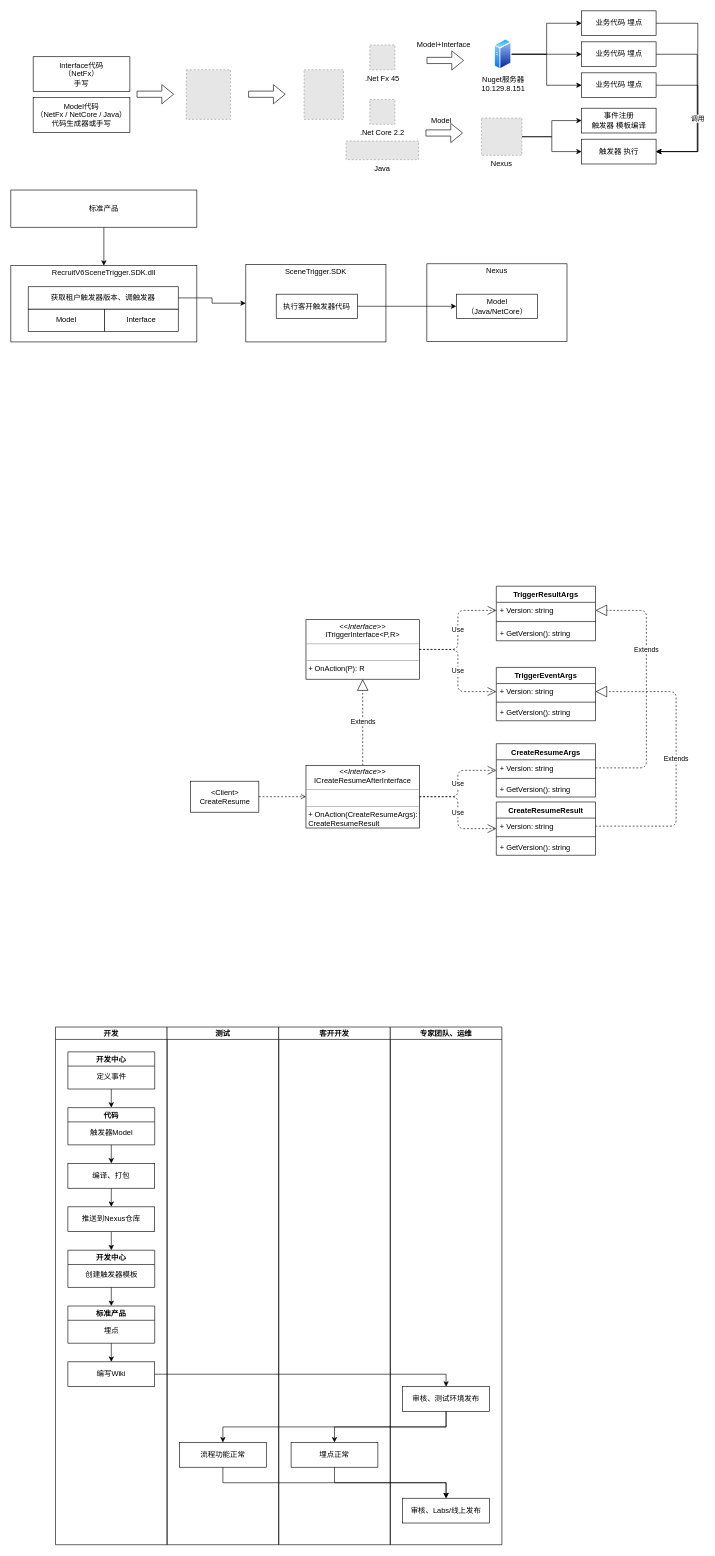
Lucas20029/MyDiagrams keeps this draw.io diagram as 场景触发器使用.drawio. Above is the earlier version. Source tidied: cells renumbered, new cells numbered last; positions are measured from the earlier drawing's top-left corner, leaving out a move shared by most shapes. Both pictures are drawn from the tidied source at 62%, with x=0, y=0 at pixel (11, 11). Pictures stored in the file or linked from it are replaced by grey dashed boxes.
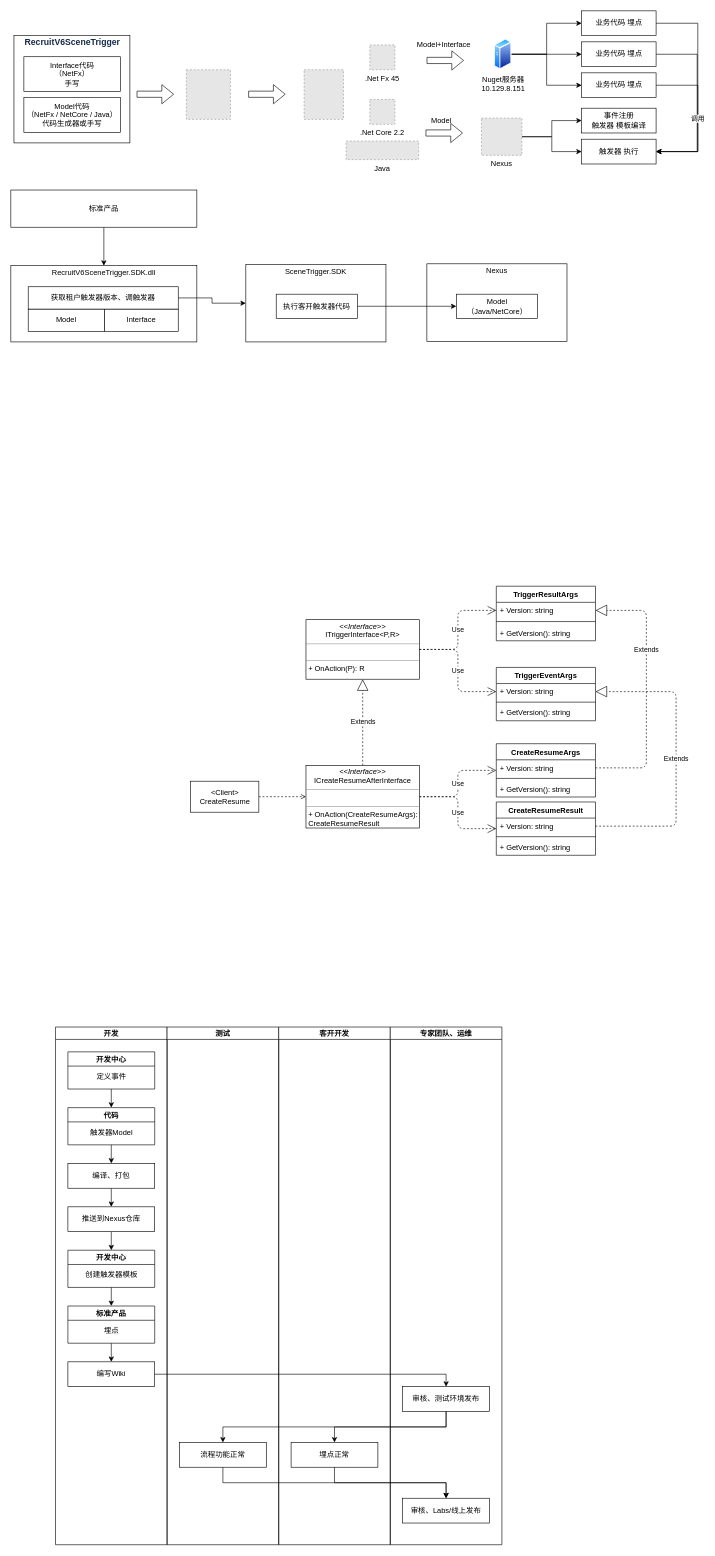
The same page after the edit.

What changed in the source:
```diff
@@
+    <mxCell id="103" style="rounded=0;whiteSpace=wrap;html=1;" parent="1" vertex="1">
+      <mxGeometry x="5" y="40" width="187" height="173" as="geometry" />
+    </mxCell>
@@
     <mxCell id="17" value="Interface代码&lt;br&gt;（NetFx）&lt;br&gt;手写" style="rounded=0;whiteSpace=wrap;html=1;" parent="1" vertex="1">
-      <mxGeometry x="36" y="74" width="156" height="56" as="geometry" />
+      <mxGeometry x="21" y="74" width="156" height="56" as="geometry" />
     </mxCell>
@@
     <mxCell id="26" value="Model代码&lt;br&gt;（NetFx / NetCore / Java）&lt;br&gt;代码生成器或手写" style="rounded=0;whiteSpace=wrap;html=1;" parent="1" vertex="1">
-      <mxGeometry x="36" y="140" width="156" height="56" as="geometry" />
+      <mxGeometry x="21" y="140" width="156" height="56" as="geometry" />
     </mxCell>
@@
+    <mxCell id="104" value="&lt;span style=&quot;color: rgb(23 , 43 , 77) ; font-family: , &amp;#34;blinkmacsystemfont&amp;#34; , &amp;#34;segoe ui&amp;#34; , &amp;#34;roboto&amp;#34; , &amp;#34;oxygen&amp;#34; , &amp;#34;ubuntu&amp;#34; , &amp;#34;fira sans&amp;#34; , &amp;#34;droid sans&amp;#34; , &amp;#34;helvetica neue&amp;#34; , sans-serif ; font-size: 14px ; background-color: rgb(255 , 255 , 255)&quot;&gt;&lt;b&gt;RecruitV6SceneTrigger&lt;/b&gt;&lt;/span&gt;" style="text;html=1;align=center;verticalAlign=middle;" parent="1" vertex="1">
+      <mxGeometry x="17" y="40" width="164" height="19" as="geometry" />
+    </mxCell>
```
